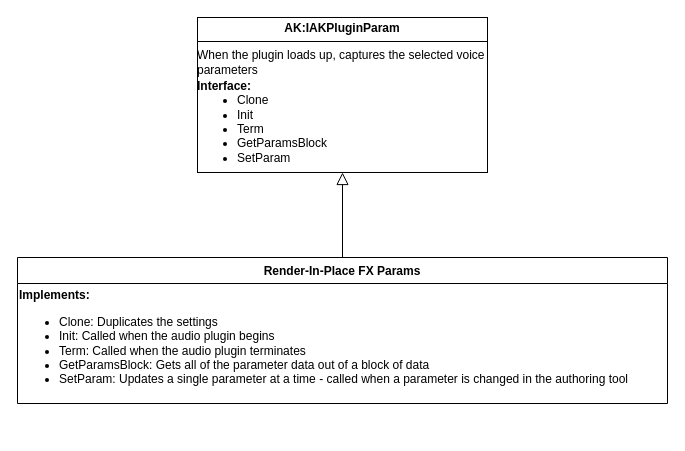
Earlier version of the draw.io diagram AKPluginParam.drawio (Saber033/Comp-Sci-IA). Source tidied: cells renumbered, new cells numbered last; positions are measured from the earlier drawing's top-left corner, leaving out a move shared by most shapes. Both pictures are drawn from the tidied source at 100%, with x=0, y=0 at pixel (17, 17).
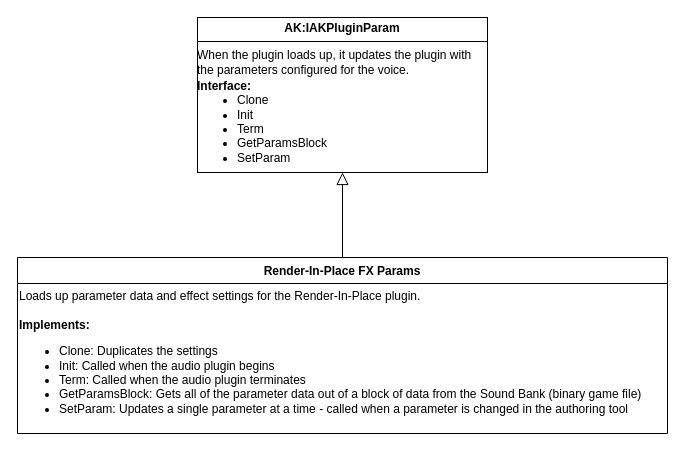
The same diagram, later.

What changed in the source:
```diff
@@
 <mxGraphModel>
   <root>
     <mxCell id="0" />
     <mxCell id="1" parent="0" />
     <mxCell id="2" value="Render-In-Place FX Params" style="swimlane;fontStyle=1;align=center;verticalAlign=top;horizontal=1;startSize=26;rounded=0;shadow=0;strokeWidth=1;" parent="1" vertex="1">
-      <mxGeometry y="240" width="650" height="146" as="geometry" />
+      <mxGeometry y="240" width="650" height="176" as="geometry" />
     </mxCell>
-    <mxCell id="3" value="&lt;div&gt;&lt;b&gt;Implements:&lt;/b&gt;&lt;/div&gt;&lt;ul&gt;&lt;li&gt;Clone: Duplicates the settings&lt;/li&gt;&lt;li&gt;Init: Called when the audio plugin begins&lt;/li&gt;&lt;li&gt;Term: Called when the audio plugin terminates&lt;/li&gt;&lt;li&gt;GetParamsBlock: Gets all of the parameter data out of a block of data&lt;/li&gt;&lt;li&gt;SetParam: Updates a single parameter at a time - called when a parameter is changed in the authoring tool&amp;nbsp;&lt;/li&gt;&lt;/ul&gt;" style="text;html=1;align=left;verticalAlign=middle;strokeColor=none;fillColor=none;" parent="2" vertex="1">
-      <mxGeometry y="26" width="650" height="120" as="geometry" />
+    <mxCell id="3" value="&lt;div&gt;Loads up parameter data and effect settings for the Render-In-Place plugin.&lt;/div&gt;&lt;div&gt;&lt;b&gt;&lt;br&gt;&lt;/b&gt;&lt;/div&gt;&lt;div&gt;&lt;b&gt;Implements:&lt;/b&gt;&lt;/div&gt;&lt;ul&gt;&lt;li&gt;Clone: Duplicates the settings&lt;/li&gt;&lt;li&gt;Init: Called when the audio plugin begins&lt;/li&gt;&lt;li&gt;Term: Called when the audio plugin terminates&lt;/li&gt;&lt;li&gt;GetParamsBlock: Gets all of the parameter data out of a block of data from the Sound Bank (binary game file)&lt;/li&gt;&lt;li&gt;SetParam: Updates a single parameter at a time - called when a parameter is changed in the authoring tool&amp;nbsp;&lt;/li&gt;&lt;/ul&gt;" style="text;html=1;align=left;verticalAlign=middle;strokeColor=none;fillColor=none;" parent="2" vertex="1">
+      <mxGeometry y="26" width="650" height="150" as="geometry" />
     </mxCell>
     <mxCell id="4" style="endArrow=block;endSize=10;endFill=0;shadow=0;strokeWidth=1;rounded=0;elbow=vertical;" parent="1" edge="1" source="2">
       <mxGeometry relative="1" as="geometry">
         <mxPoint x="325" y="155" as="targetPoint" />
       </mxGeometry>
     </mxCell>
-    <mxCell id="5" value="&lt;p style=&quot;margin:0px;margin-top:4px;text-align:center;&quot;&gt;&lt;b&gt;AK:IAKPluginParam&lt;/b&gt;&lt;/p&gt;&lt;hr size=&quot;1&quot; style=&quot;border-style:solid;&quot;&gt;When the plugin loads up, captures the selected voice parameters&lt;div style=&quot;height:2px;&quot;&gt;&lt;br&gt;&lt;/div&gt;&lt;div style=&quot;height:2px;&quot;&gt;&lt;b&gt;Interface:&lt;/b&gt;&lt;/div&gt;&lt;div style=&quot;height:2px;&quot;&gt;&lt;ul&gt;&lt;li&gt;Clone&lt;/li&gt;&lt;li&gt;Init&lt;/li&gt;&lt;li&gt;Term&lt;/li&gt;&lt;li&gt;GetParamsBlock&lt;/li&gt;&lt;li&gt;SetParam&lt;/li&gt;&lt;/ul&gt;&lt;/div&gt;" style="verticalAlign=top;align=left;overflow=fill;html=1;whiteSpace=wrap;" parent="1" vertex="1">
+    <mxCell id="5" value="&lt;p style=&quot;margin:0px;margin-top:4px;text-align:center;&quot;&gt;&lt;b&gt;AK:IAKPluginParam&lt;/b&gt;&lt;/p&gt;&lt;hr size=&quot;1&quot; style=&quot;border-style:solid;&quot;&gt;When the plugin loads up, it updates the plugin with the parameters configured for the voice.&amp;nbsp;&lt;div style=&quot;height:2px;&quot;&gt;&lt;br&gt;&lt;/div&gt;&lt;div style=&quot;height:2px;&quot;&gt;&lt;b&gt;Interface:&lt;/b&gt;&lt;/div&gt;&lt;div style=&quot;height:2px;&quot;&gt;&lt;ul&gt;&lt;li&gt;Clone&lt;/li&gt;&lt;li&gt;Init&lt;/li&gt;&lt;li&gt;Term&lt;/li&gt;&lt;li&gt;GetParamsBlock&lt;/li&gt;&lt;li&gt;SetParam&lt;/li&gt;&lt;/ul&gt;&lt;/div&gt;" style="verticalAlign=top;align=left;overflow=fill;html=1;whiteSpace=wrap;perimeterSpacing=0;spacingTop=0;" parent="1" vertex="1">
       <mxGeometry x="180" width="290" height="155" as="geometry" />
     </mxCell>
   </root>
 </mxGraphModel>
```
